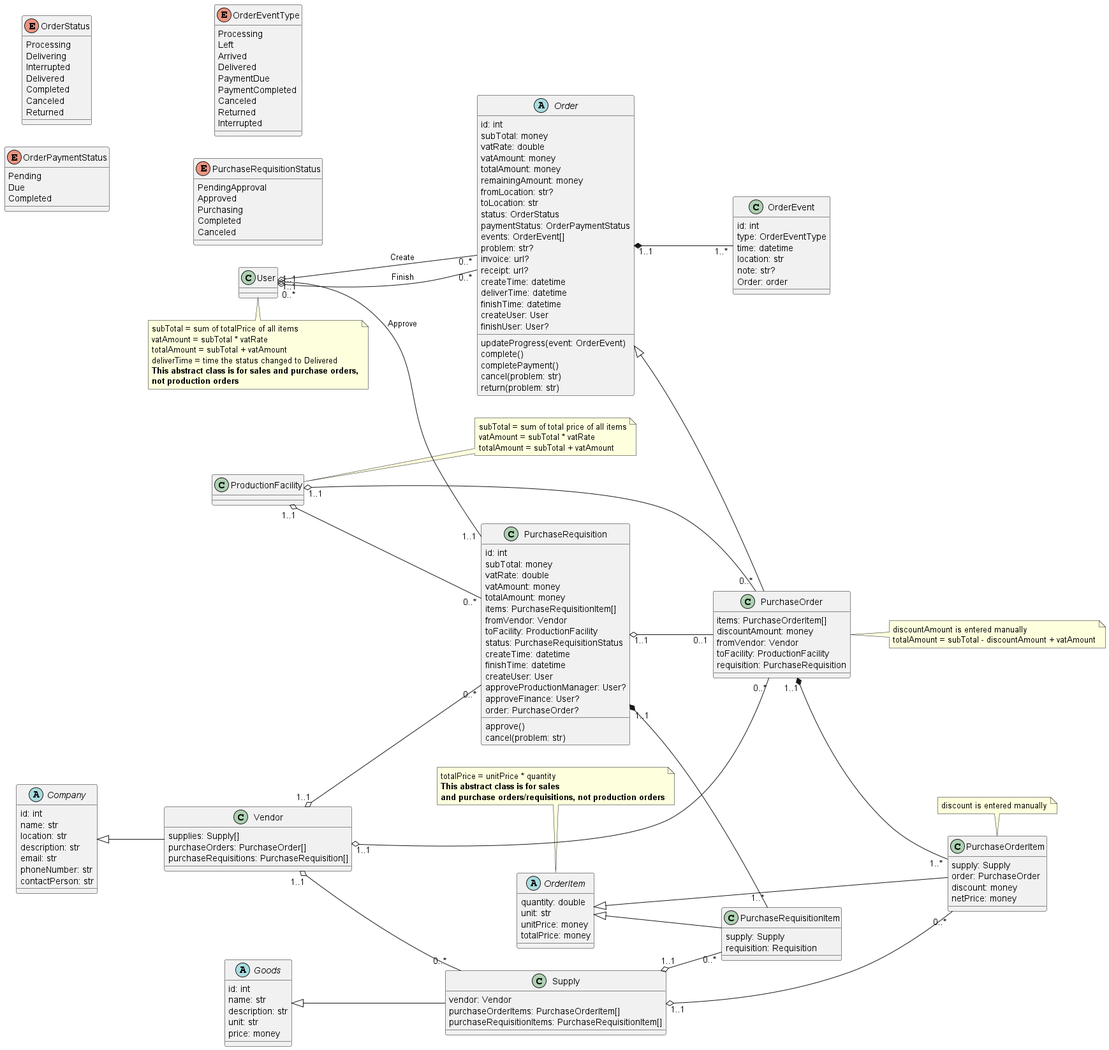
phihungha/SE357-Practice-class keeps this PlantUML diagram as Lab1/Lab1.2/classes/purchase.png. Above is the earlier version.
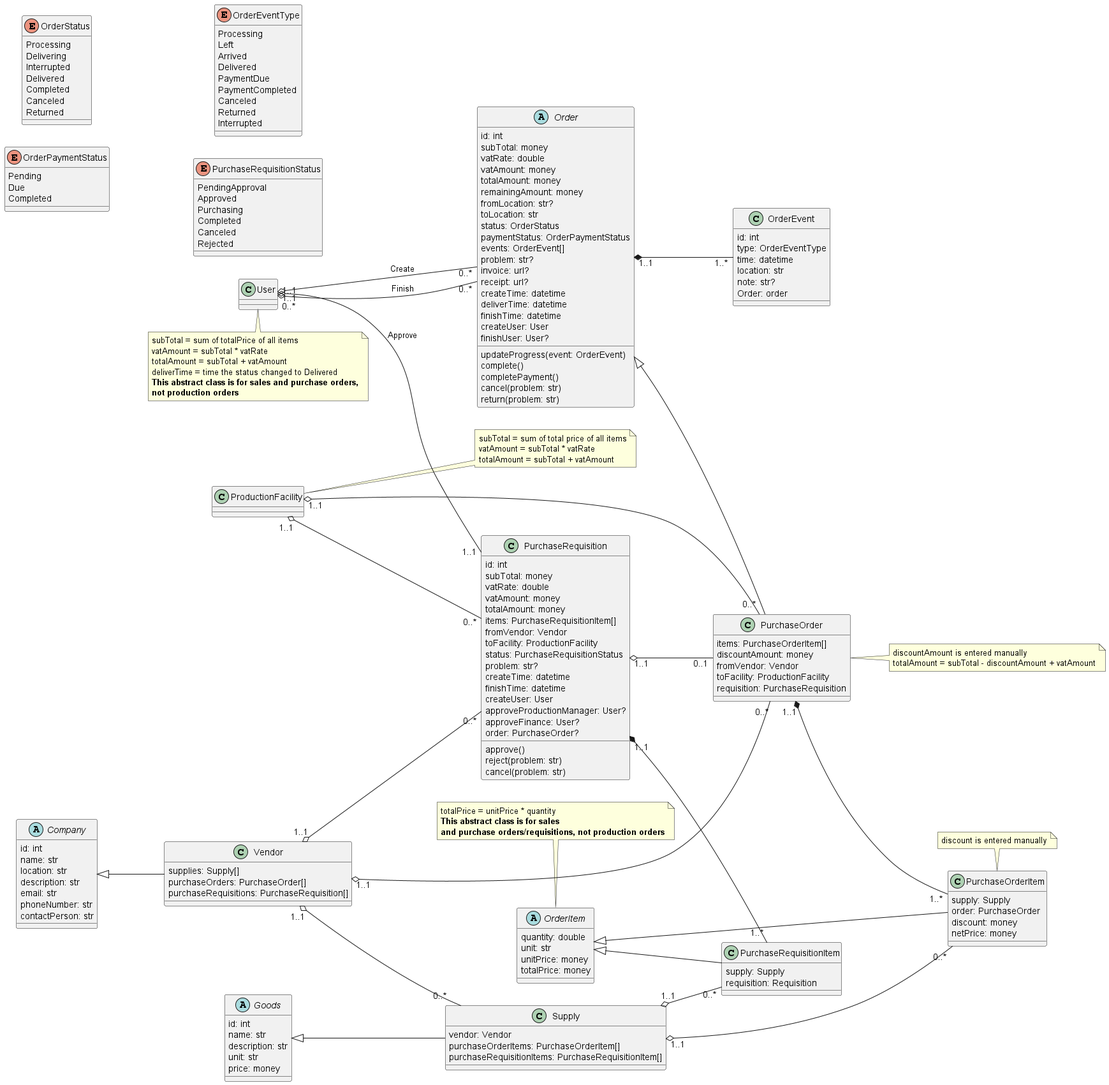
Above is the later version.

What changed in the source:
```diff
@@ -128,6 +128,7 @@
     Purchasing
     Completed
     Canceled
+    Rejected
 }
 
 class PurchaseRequisition {
@@ -140,6 +141,7 @@
     fromVendor: Vendor
     toFacility: ProductionFacility
     status: PurchaseRequisitionStatus
+    problem: str?
     createTime: datetime
     finishTime: datetime
     createUser: User
@@ -147,6 +149,7 @@
     approveFinance: User?
     order: PurchaseOrder?
     approve()
+    reject(problem: str)
     cancel(problem: str)
 }
 Vendor "1..1" o-- "0..*" PurchaseRequisition
```
